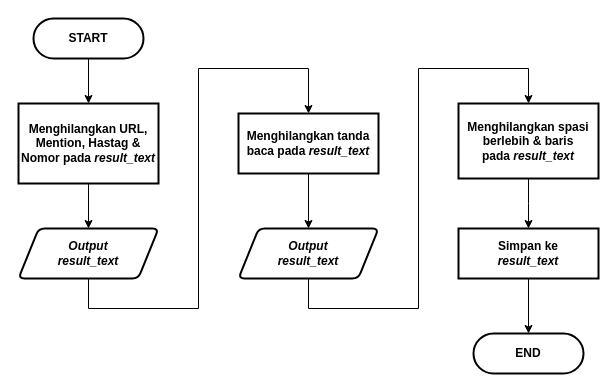
muspriandi/TextMining-SentimentAnalysis keeps this draw.io diagram as Dokumen TA/Paper/Flowchart/Flowchart proses casefolding.drawio. Above is the earlier version. Source tidied: cells renumbered, new cells numbered last; positions are measured from the earlier drawing's top-left corner, leaving out a move shared by most shapes. Both pictures are drawn from the tidied source at 100%, with x=0, y=0 at pixel (18, 18).
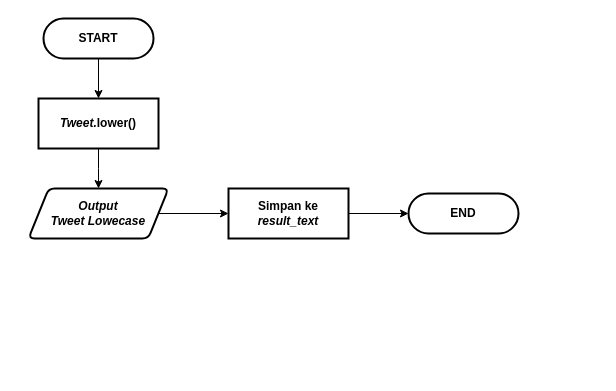
After the change.

The edit, as a diff of the source:
```diff
@@
-    <mxCell id="3" style="edgeStyle=orthogonalEdgeStyle;rounded=0;jettySize=auto;html=1;entryX=0.5;entryY=0;entryDx=0;entryDy=0;" parent="1" edge="1" source="4" target="6">
-      <mxGeometry relative="1" as="geometry" />
-    </mxCell>
+    <mxCell id="18" style="edgeStyle=orthogonalEdgeStyle;rounded=0;orthogonalLoop=1;jettySize=auto;html=1;entryX=0.5;entryY=0;entryDx=0;entryDy=0;entryPerimeter=0;fontSize=12;" parent="1" edge="1">
+      <mxGeometry relative="1" as="geometry">
+        <mxPoint x="70" y="360" as="sourcePoint" />
+        <Array as="points">
+          <mxPoint x="70" y="400" />
+          <mxPoint x="170" y="400" />
+          <mxPoint x="170" y="60" />
+          <mxPoint x="270" y="60" />
+        </Array>
+      </mxGeometry>
+    </mxCell>
+    <mxCell id="19" style="edgeStyle=orthogonalEdgeStyle;rounded=0;jettySize=auto;html=1;entryX=0.5;entryY=0;entryDx=0;entryDy=0;" parent="1" edge="1" source="4" target="21">
+      <mxGeometry relative="1" as="geometry" />
+    </mxCell>
     <mxCell id="4" value="&lt;b style=&quot;font-size: 12px;&quot;&gt;START&lt;/b&gt;" style="rounded=1;whiteSpace=wrap;html=1;absoluteArcSize=1;arcSize=140;strokeWidth=2;fontSize=12;" parent="1" vertex="1">
-      <mxGeometry x="15" width="110" height="40" as="geometry" />
+      <mxGeometry x="25" width="110" height="40" as="geometry" />
     </mxCell>
-    <mxCell id="5" style="edgeStyle=orthogonalEdgeStyle;rounded=0;jettySize=auto;html=1;entryX=0.5;entryY=0;entryDx=0;entryDy=0;" parent="1" edge="1" source="6" target="13">
-      <mxGeometry relative="1" as="geometry" />
-    </mxCell>
-    <mxCell id="6" value="&lt;b style=&quot;font-family: &amp;#34;helvetica&amp;#34;&quot;&gt;Menghilangkan URL, Mention, Hastag &amp;amp; Nomor pada&amp;nbsp;&lt;i&gt;result_text&lt;/i&gt;&lt;/b&gt;" style="rounded=1;whiteSpace=wrap;html=1;absoluteArcSize=1;arcSize=0;strokeWidth=2;fontSize=12;" parent="1" vertex="1">
-      <mxGeometry y="85" width="140" height="80" as="geometry" />
-    </mxCell>
+    <mxCell id="20" style="edgeStyle=orthogonalEdgeStyle;rounded=0;jettySize=auto;html=1;" parent="1" edge="1" source="21">
+      <mxGeometry relative="1" as="geometry">
+        <mxPoint x="80" y="170" as="targetPoint" />
+      </mxGeometry>
+    </mxCell>
+    <mxCell id="21" value="&lt;b&gt;&lt;i&gt;Tweet.&lt;/i&gt;lower()&lt;/b&gt;" style="rounded=1;whiteSpace=wrap;html=1;absoluteArcSize=1;arcSize=0;strokeWidth=2;fontSize=12;" parent="1" vertex="1">
+      <mxGeometry x="20" y="80" width="120" height="50" as="geometry" />
+    </mxCell>
+    <mxCell id="22" style="edgeStyle=orthogonalEdgeStyle;rounded=0;jettySize=auto;html=1;entryX=0;entryY=0.5;entryDx=0;entryDy=0;" parent="1" edge="1" source="23" target="8">
+      <mxGeometry relative="1" as="geometry" />
+    </mxCell>
+    <mxCell id="23" value="&lt;i&gt;Output &lt;br&gt;Tweet Lowecase&lt;/i&gt;" style="shape=parallelogram;html=1;strokeWidth=2;perimeter=parallelogramPerimeter;whiteSpace=wrap;rounded=1;arcSize=12;size=0.14423076923076925;fontSize=12;fontStyle=1;" parent="1" vertex="1">
+      <mxGeometry x="10" y="170" width="140" height="50" as="geometry" />
+    </mxCell>
-    <mxCell id="7" style="edgeStyle=orthogonalEdgeStyle;rounded=0;jettySize=auto;html=1;entryX=0.5;entryY=0;entryDx=0;entryDy=0;" parent="1" edge="1" source="8" target="9">
+    <mxCell id="7" style="edgeStyle=orthogonalEdgeStyle;rounded=0;jettySize=auto;html=1;entryX=0;entryY=0.5;entryDx=0;entryDy=0;" parent="1" edge="1" source="8" target="9">
       <mxGeometry relative="1" as="geometry" />
     </mxCell>
     <mxCell id="8" value="&lt;span style=&quot;font-family: &amp;#34;helvetica&amp;#34;&quot;&gt;&lt;b&gt;Simpan ke&lt;br&gt;&lt;i&gt;result_text&lt;/i&gt;&lt;/b&gt;&lt;/span&gt;" style="rounded=1;whiteSpace=wrap;html=1;absoluteArcSize=1;arcSize=0;strokeWidth=2;fontSize=12;" parent="1" vertex="1">
-      <mxGeometry x="440" y="210" width="140" height="50" as="geometry" />
+      <mxGeometry x="210" y="170" width="120" height="50" as="geometry" />
     </mxCell>
     <mxCell id="9" value="&lt;b&gt;END&lt;/b&gt;" style="rounded=1;whiteSpace=wrap;html=1;absoluteArcSize=1;arcSize=140;strokeWidth=2;fontSize=12;" parent="1" vertex="1">
-      <mxGeometry x="455" y="315" width="110" height="40" as="geometry" />
+      <mxGeometry x="390" y="175" width="110" height="40" as="geometry" />
     </mxCell>
-    <mxCell id="10" style="edgeStyle=orthogonalEdgeStyle;rounded=0;jettySize=auto;html=1;entryX=0.5;entryY=0;entryDx=0;entryDy=0;" parent="1" edge="1" source="11" target="15">
-      <mxGeometry relative="1" as="geometry" />
-    </mxCell>
-    <mxCell id="11" value="&lt;b style=&quot;font-family: &amp;#34;helvetica&amp;#34;&quot;&gt;Menghilangkan tanda baca pada&amp;nbsp;&lt;i&gt;result_text&lt;/i&gt;&lt;/b&gt;" style="rounded=1;whiteSpace=wrap;html=1;absoluteArcSize=1;arcSize=0;strokeWidth=2;fontSize=12;" parent="1" vertex="1">
-      <mxGeometry x="220" y="95" width="140" height="60" as="geometry" />
-    </mxCell>
-    <mxCell id="12" style="edgeStyle=orthogonalEdgeStyle;rounded=0;jettySize=auto;html=1;entryX=0.5;entryY=0;entryDx=0;entryDy=0;" parent="1" edge="1" source="13" target="11">
-      <mxGeometry relative="1" as="geometry">
-        <Array as="points">
-          <mxPoint x="70" y="290" />
-          <mxPoint x="180" y="290" />
-          <mxPoint x="180" y="50" />
-          <mxPoint x="290" y="50" />
-        </Array>
-      </mxGeometry>
-    </mxCell>
-    <mxCell id="13" value="&lt;i&gt;Output &lt;br&gt;result_text&lt;br&gt;&lt;/i&gt;" style="shape=parallelogram;html=1;strokeWidth=2;perimeter=parallelogramPerimeter;whiteSpace=wrap;rounded=1;arcSize=12;size=0.14423076923076925;fontSize=12;fontStyle=1;" parent="1" vertex="1">
-      <mxGeometry y="210" width="140" height="50" as="geometry" />
-    </mxCell>
-    <mxCell id="14" style="edgeStyle=orthogonalEdgeStyle;rounded=0;jettySize=auto;html=1;entryX=0.5;entryY=0;entryDx=0;entryDy=0;" parent="1" edge="1" source="15" target="17">
-      <mxGeometry relative="1" as="geometry">
-        <Array as="points">
-          <mxPoint x="290" y="290" />
-          <mxPoint x="400" y="290" />
-          <mxPoint x="400" y="50" />
-          <mxPoint x="510" y="50" />
-        </Array>
-      </mxGeometry>
-    </mxCell>
-    <mxCell id="15" value="&lt;i&gt;Output &lt;br&gt;result_text&lt;br&gt;&lt;/i&gt;" style="shape=parallelogram;html=1;strokeWidth=2;perimeter=parallelogramPerimeter;whiteSpace=wrap;rounded=1;arcSize=12;size=0.14423076923076925;fontSize=12;fontStyle=1;" parent="1" vertex="1">
-      <mxGeometry x="220" y="210" width="140" height="50" as="geometry" />
-    </mxCell>
-    <mxCell id="16" style="edgeStyle=orthogonalEdgeStyle;rounded=0;jettySize=auto;html=1;entryX=0.5;entryY=0;entryDx=0;entryDy=0;" parent="1" edge="1" source="17">
-      <mxGeometry relative="1" as="geometry">
-        <mxPoint x="510" y="210" as="targetPoint" />
-      </mxGeometry>
-    </mxCell>
-    <mxCell id="17" value="&lt;b style=&quot;font-family: &amp;#34;helvetica&amp;#34;&quot;&gt;Menghilangkan spasi berlebih &amp;amp; baris pada&amp;nbsp;&lt;i&gt;result_text&lt;/i&gt;&lt;/b&gt;" style="rounded=1;whiteSpace=wrap;html=1;absoluteArcSize=1;arcSize=0;strokeWidth=2;fontSize=12;" parent="1" vertex="1">
-      <mxGeometry x="440" y="85" width="140" height="75" as="geometry" />
-    </mxCell>
```
